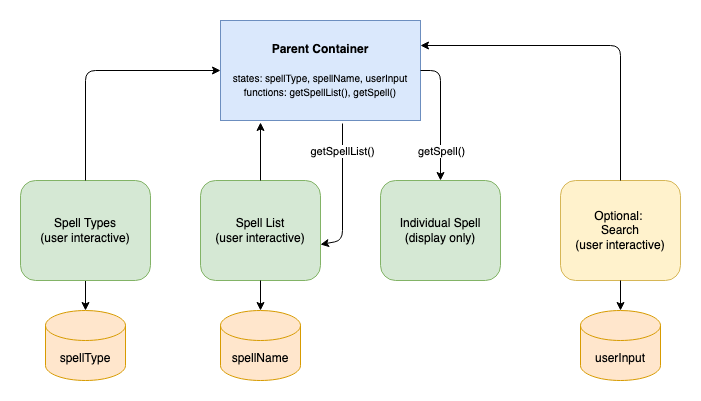
Earlier version of the draw.io export Group 1 Module 4.drawio.png (melchuajl/super-riddikulus). Source tidied: cells renumbered, new cells last; positions are measured from the earlier drawing's top-left corner, leaving out a move shared by most shapes. Source of this version:
```xml
<mxGraphModel>
  <root>
    <mxCell id="0" />
    <mxCell id="1" parent="0" />
    <mxCell id="2" value="&lt;b&gt;Parent Container&lt;br&gt;&lt;/b&gt;&lt;br&gt;&lt;font style=&quot;font-size: 10px;&quot;&gt;states: spellType, spellName, userInput&lt;br&gt;functions: getSpellList(), getSpell()&lt;/font&gt;" style="rounded=0;whiteSpace=wrap;html=1;fillColor=#dae8fc;strokeColor=#6c8ebf;" parent="1" vertex="1">
      <mxGeometry x="200" width="200" height="100" as="geometry" />
    </mxCell>
    <mxCell id="3" style="edgeStyle=orthogonalEdgeStyle;rounded=0;jettySize=auto;html=1;" parent="1" edge="1" source="4" target="10">
      <mxGeometry relative="1" as="geometry" />
    </mxCell>
    <mxCell id="4" value="Spell Types&lt;br&gt;(user interactive)" style="rounded=1;whiteSpace=wrap;html=1;fillColor=#d5e8d4;strokeColor=#82b366;" parent="1" vertex="1">
      <mxGeometry y="160" width="130" height="100" as="geometry" />
    </mxCell>
    <mxCell id="5" value="Spell List&lt;br&gt;(user interactive)" style="rounded=1;whiteSpace=wrap;html=1;fillColor=#d5e8d4;strokeColor=#82b366;" parent="1" vertex="1">
      <mxGeometry x="180" y="160" width="120" height="100" as="geometry" />
    </mxCell>
    <mxCell id="6" style="edgeStyle=orthogonalEdgeStyle;rounded=1;jettySize=auto;html=1;startArrow=classic;startFill=1;endArrow=none;endFill=0;exitX=0.5;exitY=0;exitDx=0;exitDy=0;" parent="1" edge="1" source="8" target="2">
      <mxGeometry relative="1" as="geometry">
        <Array as="points">
          <mxPoint x="420" y="50" />
        </Array>
      </mxGeometry>
    </mxCell>
    <mxCell id="7" value="getSpell()" style="edgeLabel;html=1;align=center;verticalAlign=middle;" parent="6" vertex="1">
      <mxGeometry x="-0.08" relative="1" as="geometry">
        <mxPoint y="30" as="offset" />
      </mxGeometry>
    </mxCell>
    <mxCell id="8" value="Individual Spell&lt;br&gt;(display only)" style="rounded=1;whiteSpace=wrap;html=1;fillColor=#d5e8d4;strokeColor=#82b366;" parent="1" vertex="1">
      <mxGeometry x="360" y="160" width="120" height="100" as="geometry" />
    </mxCell>
    <mxCell id="9" value="Optional: &lt;br&gt;Search&lt;br&gt;(user interactive)" style="rounded=1;whiteSpace=wrap;html=1;fillColor=#fff2cc;strokeColor=#d6b656;" parent="1" vertex="1">
      <mxGeometry x="540" y="160" width="120" height="100" as="geometry" />
    </mxCell>
    <mxCell id="10" value="spellType" style="shape=cylinder3;whiteSpace=wrap;html=1;boundedLbl=1;backgroundOutline=1;size=15;fillColor=#ffe6cc;strokeColor=#d79b00;" parent="1" vertex="1">
      <mxGeometry x="25" y="290" width="80" height="70" as="geometry" />
    </mxCell>
    <mxCell id="11" value="spellName" style="shape=cylinder3;whiteSpace=wrap;html=1;boundedLbl=1;backgroundOutline=1;size=15;fillColor=#ffe6cc;strokeColor=#d79b00;" parent="1" vertex="1">
      <mxGeometry x="200" y="290" width="80" height="70" as="geometry" />
    </mxCell>
    <mxCell id="12" style="endArrow=classic;html=1;rounded=0;exitX=0.5;exitY=1;exitDx=0;exitDy=0;entryX=0.5;entryY=0;entryDx=0;entryDy=0;entryPerimeter=0;" parent="1" edge="1" source="5" target="11">
      <mxGeometry relative="1" as="geometry" />
    </mxCell>
    <mxCell id="13" style="endArrow=classic;html=1;exitX=0.5;exitY=0;exitDx=0;exitDy=0;entryX=0;entryY=0.5;entryDx=0;entryDy=0;rounded=1;" parent="1" edge="1" source="4" target="2">
      <mxGeometry relative="1" as="geometry">
        <Array as="points">
          <mxPoint x="65" y="50" />
        </Array>
      </mxGeometry>
    </mxCell>
    <mxCell id="14" style="endArrow=classic;html=1;rounded=1;exitX=0.5;exitY=0;exitDx=0;exitDy=0;entryX=1;entryY=0.25;entryDx=0;entryDy=0;" parent="1" edge="1" source="9" target="2">
      <mxGeometry relative="1" as="geometry">
        <Array as="points">
          <mxPoint x="600" y="25" />
        </Array>
      </mxGeometry>
    </mxCell>
    <mxCell id="15" style="endArrow=classic;html=1;rounded=1;entryX=1;entryY=0.64;entryDx=0;entryDy=0;entryPerimeter=0;exitX=0.61;exitY=1.03;exitDx=0;exitDy=0;exitPerimeter=0;" parent="1" edge="1" source="2" target="5">
      <mxGeometry relative="1" as="geometry">
        <Array as="points">
          <mxPoint x="322" y="220" />
        </Array>
      </mxGeometry>
    </mxCell>
    <mxCell id="16" value="getSpellList()" style="edgeLabel;html=1;align=center;verticalAlign=middle;" parent="15" vertex="1">
      <mxGeometry x="-0.1" y="-1" relative="1" as="geometry">
        <mxPoint y="-36" as="offset" />
      </mxGeometry>
    </mxCell>
    <mxCell id="17" style="endArrow=classic;html=1;rounded=1;fontSize=10;exitX=0.5;exitY=0;exitDx=0;exitDy=0;entryX=0.2;entryY=1.02;entryDx=0;entryDy=0;entryPerimeter=0;" parent="1" edge="1" source="5" target="2">
      <mxGeometry relative="1" as="geometry" />
    </mxCell>
    <mxCell id="18" value="userInput" style="shape=cylinder3;whiteSpace=wrap;html=1;boundedLbl=1;backgroundOutline=1;size=15;fillColor=#ffe6cc;strokeColor=#d79b00;" parent="1" vertex="1">
      <mxGeometry x="560" y="290" width="80" height="70" as="geometry" />
    </mxCell>
    <mxCell id="19" style="endArrow=classic;html=1;rounded=0;exitX=0.5;exitY=1;exitDx=0;exitDy=0;entryX=0.5;entryY=0;entryDx=0;entryDy=0;entryPerimeter=0;" parent="1" edge="1" source="9" target="18">
      <mxGeometry relative="1" as="geometry" />
    </mxCell>
  </root>
</mxGraphModel>
```
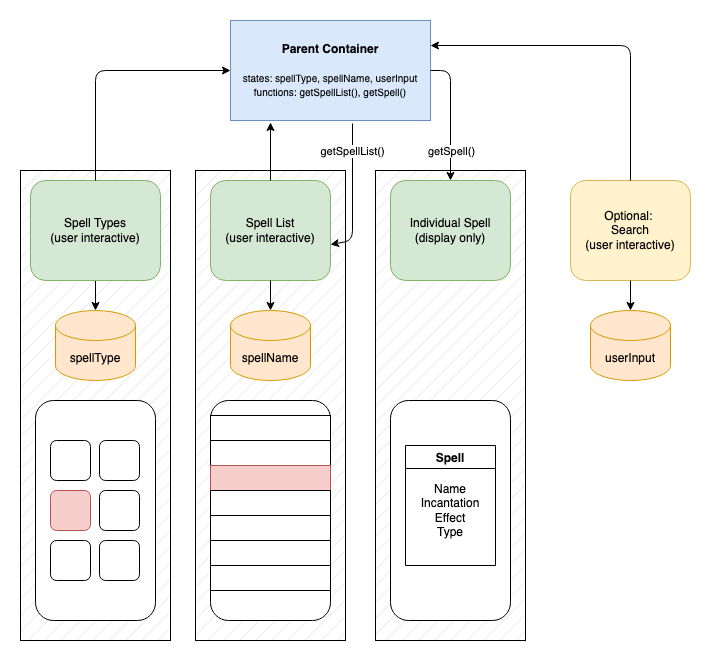
The same diagram one commit later.

What changed in the source:
```diff
@@ -2,6 +2,15 @@
   <root>
     <mxCell id="0" />
     <mxCell id="1" parent="0" />
+    <mxCell id="20" style="rounded=0;whiteSpace=wrap;html=1;fillStyle=hatch;fillColor=#E6E6E6;" parent="1" vertex="1">
+      <mxGeometry x="345" y="150" width="150" height="470" as="geometry" />
+    </mxCell>
+    <mxCell id="21" style="rounded=0;whiteSpace=wrap;html=1;fillStyle=hatch;fillColor=#E6E6E6;" parent="1" vertex="1">
+      <mxGeometry x="165" y="150" width="150" height="470" as="geometry" />
+    </mxCell>
+    <mxCell id="22" style="rounded=0;whiteSpace=wrap;html=1;fillStyle=hatch;fillColor=#E6E6E6;" parent="1" vertex="1">
+      <mxGeometry x="-10" y="150" width="150" height="470" as="geometry" />
+    </mxCell>
     <mxCell id="2" value="&lt;b&gt;Parent Container&lt;br&gt;&lt;/b&gt;&lt;br&gt;&lt;font style=&quot;font-size: 10px;&quot;&gt;states: spellType, spellName, userInput&lt;br&gt;functions: getSpellList(), getSpell()&lt;/font&gt;" style="rounded=0;whiteSpace=wrap;html=1;fillColor=#dae8fc;strokeColor=#6c8ebf;" parent="1" vertex="1">
       <mxGeometry x="200" width="200" height="100" as="geometry" />
     </mxCell>
@@ -76,5 +85,56 @@
     <mxCell id="19" style="endArrow=classic;html=1;rounded=0;exitX=0.5;exitY=1;exitDx=0;exitDy=0;entryX=0.5;entryY=0;entryDx=0;entryDy=0;entryPerimeter=0;" parent="1" edge="1" source="9" target="18">
       <mxGeometry relative="1" as="geometry" />
     </mxCell>
+    <mxCell id="23" style="rounded=1;whiteSpace=wrap;html=1;" parent="1" vertex="1">
+      <mxGeometry x="5" y="380" width="120" height="220" as="geometry" />
+    </mxCell>
+    <mxCell id="24" style="rounded=1;whiteSpace=wrap;html=1;" parent="1" vertex="1">
+      <mxGeometry x="180" y="380" width="120" height="220" as="geometry" />
+    </mxCell>
+    <mxCell id="25" value="Name&lt;br&gt;Incantation&lt;br&gt;Effect&lt;br&gt;Type" style="rounded=1;whiteSpace=wrap;html=1;" parent="1" vertex="1">
+      <mxGeometry x="360" y="380" width="120" height="220" as="geometry" />
+    </mxCell>
+    <mxCell id="26" style="rounded=1;whiteSpace=wrap;html=1;" parent="1" vertex="1">
+      <mxGeometry x="20" y="420" width="40" height="40" as="geometry" />
+    </mxCell>
+    <mxCell id="27" style="rounded=1;whiteSpace=wrap;html=1;" parent="1" vertex="1">
+      <mxGeometry x="69" y="420" width="40" height="40" as="geometry" />
+    </mxCell>
+    <mxCell id="28" style="rounded=1;whiteSpace=wrap;html=1;fillColor=#f8cecc;strokeColor=#b85450;" parent="1" vertex="1">
+      <mxGeometry x="20" y="470" width="40" height="40" as="geometry" />
+    </mxCell>
+    <mxCell id="29" style="rounded=1;whiteSpace=wrap;html=1;" parent="1" vertex="1">
+      <mxGeometry x="69" y="470" width="40" height="40" as="geometry" />
+    </mxCell>
+    <mxCell id="30" style="rounded=1;whiteSpace=wrap;html=1;" parent="1" vertex="1">
+      <mxGeometry x="20" y="520" width="40" height="40" as="geometry" />
+    </mxCell>
+    <mxCell id="31" style="rounded=1;whiteSpace=wrap;html=1;" parent="1" vertex="1">
+      <mxGeometry x="69" y="520" width="40" height="40" as="geometry" />
+    </mxCell>
+    <mxCell id="32" style="rounded=0;whiteSpace=wrap;html=1;" parent="1" vertex="1">
+      <mxGeometry x="180" y="395" width="120" height="25" as="geometry" />
+    </mxCell>
+    <mxCell id="33" style="rounded=0;whiteSpace=wrap;html=1;" parent="1" vertex="1">
+      <mxGeometry x="180" y="420" width="120" height="25" as="geometry" />
+    </mxCell>
+    <mxCell id="34" style="rounded=0;whiteSpace=wrap;html=1;fillColor=#f8cecc;strokeColor=#b85450;" parent="1" vertex="1">
+      <mxGeometry x="180" y="445" width="120" height="25" as="geometry" />
+    </mxCell>
+    <mxCell id="35" style="rounded=0;whiteSpace=wrap;html=1;" parent="1" vertex="1">
+      <mxGeometry x="180" y="470" width="120" height="25" as="geometry" />
+    </mxCell>
+    <mxCell id="36" style="rounded=0;whiteSpace=wrap;html=1;" parent="1" vertex="1">
+      <mxGeometry x="180" y="495" width="120" height="25" as="geometry" />
+    </mxCell>
+    <mxCell id="37" style="rounded=0;whiteSpace=wrap;html=1;" parent="1" vertex="1">
+      <mxGeometry x="180" y="520" width="120" height="25" as="geometry" />
+    </mxCell>
+    <mxCell id="38" style="rounded=0;whiteSpace=wrap;html=1;" parent="1" vertex="1">
+      <mxGeometry x="180" y="545" width="120" height="25" as="geometry" />
+    </mxCell>
+    <mxCell id="39" value="Spell" style="swimlane;" parent="1" vertex="1">
+      <mxGeometry x="375" y="425" width="90" height="120" as="geometry" />
+    </mxCell>
   </root>
 </mxGraphModel>
```
